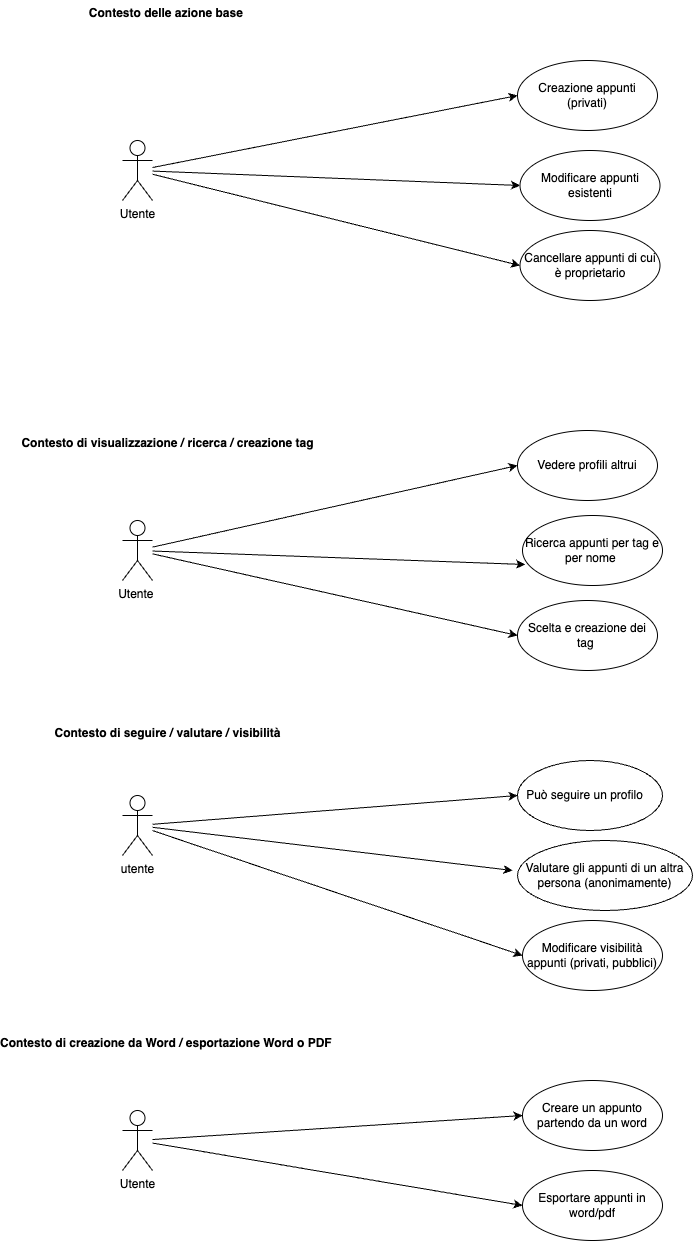
Earlier version of the draw.io export assets/schemas/diagrams/SchemaCasiUso.drawio.png (AngeloRipamonti/5C_RipamontiAvvedutoKotisCinquetti_PortaleAppunti). Source tidied: cells renumbered, new cells last; positions are measured from the earlier drawing's top-left corner, leaving out a move shared by most shapes. Source of this version:
```xml
<mxGraphModel>
  <root>
    <mxCell id="0" />
    <mxCell id="1" parent="0" />
    <mxCell id="2" style="edgeStyle=none;html=1;entryX=0;entryY=0.5;entryDx=0;entryDy=0;" parent="1" edge="1" source="4" target="13">
      <mxGeometry relative="1" as="geometry" />
    </mxCell>
    <mxCell id="3" style="edgeStyle=none;html=1;entryX=0;entryY=0.5;entryDx=0;entryDy=0;" parent="1" edge="1" source="4" target="10">
      <mxGeometry relative="1" as="geometry" />
    </mxCell>
    <mxCell id="4" value="Utente&amp;nbsp;" style="shape=umlActor;verticalLabelPosition=bottom;verticalAlign=top;html=1;" parent="1" vertex="1">
      <mxGeometry x="105" y="520" width="30" height="60" as="geometry" />
    </mxCell>
    <mxCell id="5" value="Creazione appunti (privati)" style="ellipse;whiteSpace=wrap;html=1;" parent="1" vertex="1">
      <mxGeometry x="500" y="60" width="140" height="70" as="geometry" />
    </mxCell>
    <mxCell id="6" value="Modificare appunti esistenti" style="ellipse;whiteSpace=wrap;html=1;" parent="1" vertex="1">
      <mxGeometry x="502.5" y="150" width="140" height="70" as="geometry" />
    </mxCell>
    <mxCell id="7" value="Modificare visibilità appunti (privati, pubblici)" style="ellipse;whiteSpace=wrap;html=1;" parent="1" vertex="1">
      <mxGeometry x="505" y="920" width="140" height="70" as="geometry" />
    </mxCell>
    <mxCell id="8" value="Cancellare appunti di cui è proprietario" style="ellipse;whiteSpace=wrap;html=1;" parent="1" vertex="1">
      <mxGeometry x="502.5" y="230" width="140" height="70" as="geometry" />
    </mxCell>
    <mxCell id="9" value="Valutare gli appunti di un altra persona (anonimamente)" style="ellipse;whiteSpace=wrap;html=1;" parent="1" vertex="1">
      <mxGeometry x="500" y="840" width="175" height="70" as="geometry" />
    </mxCell>
    <mxCell id="10" value="Scelta e creazione dei tag&amp;nbsp;" style="ellipse;whiteSpace=wrap;html=1;" parent="1" vertex="1">
      <mxGeometry x="500" y="600" width="140" height="70" as="geometry" />
    </mxCell>
    <mxCell id="11" value="Può seguire un profilo&amp;nbsp; &amp;nbsp;" style="ellipse;whiteSpace=wrap;html=1;" parent="1" vertex="1">
      <mxGeometry x="500" y="760" width="145" height="70" as="geometry" />
    </mxCell>
    <mxCell id="12" value="Ricerca appunti per tag e per nome&lt;span style=&quot;font-family: monospace; font-size: 0px; text-align: start; text-wrap-mode: nowrap;&quot;&gt;%3CmxGraphModel%3E%3Croot%3E%3CmxCell%20id%3D%220%22%2F%3E%3CmxCell%20id%3D%221%22%20parent%3D%220%22%2F%3E%3CmxCell%20id%3D%222%22%20style%3D%22edgeStyle%3Dnone%3Bhtml%3D1%3B%22%20edge%3D%221%22%20target%3D%223%22%20parent%3D%221%22%3E%3CmxGeometry%20relative%3D%221%22%20as%3D%22geometry%22%3E%3CmxPoint%20x%3D%22280%22%20y%3D%22210%22%20as%3D%22targetPoint%22%2F%3E%3CmxPoint%20x%3D%22130%22%20y%3D%22139%22%20as%3D%22sourcePoint%22%2F%3E%3C%2FmxGeometry%3E%3C%2FmxCell%3E%3CmxCell%20id%3D%223%22%20value%3D%22Cancellare%20appunti%20di%20cui%20%C3%A8%20proprietario%22%20style%3D%22ellipse%3BwhiteSpace%3Dwrap%3Bhtml%3D1%3B%22%20vertex%3D%221%22%20parent%3D%221%22%3E%3CmxGeometry%20x%3D%22285%22%20y%3D%2290%22%20width%3D%22140%22%20height%3D%2270%22%20as%3D%22geometry%22%2F%3E%3C%2FmxCell%3E%3C%2Froot%3E%3C%2FmxGraphModel%3E&lt;/span&gt;&amp;nbsp;" style="ellipse;whiteSpace=wrap;html=1;" parent="1" vertex="1">
      <mxGeometry x="505" y="515" width="140" height="70" as="geometry" />
    </mxCell>
    <mxCell id="13" value="Vedere profili altrui" style="ellipse;whiteSpace=wrap;html=1;" parent="1" vertex="1">
      <mxGeometry x="500" y="430" width="140" height="70" as="geometry" />
    </mxCell>
    <mxCell id="14" value="Creare un appunto partendo da un word" style="ellipse;whiteSpace=wrap;html=1;" parent="1" vertex="1">
      <mxGeometry x="505" y="1080" width="140" height="70" as="geometry" />
    </mxCell>
    <mxCell id="15" value="Esportare appunti in word/pdf" style="ellipse;whiteSpace=wrap;html=1;" parent="1" vertex="1">
      <mxGeometry x="505" y="1170" width="140" height="70" as="geometry" />
    </mxCell>
    <mxCell id="16" style="edgeStyle=none;html=1;entryX=0;entryY=0.5;entryDx=0;entryDy=0;" parent="1" edge="1" source="19" target="5">
      <mxGeometry relative="1" as="geometry" />
    </mxCell>
    <mxCell id="17" style="edgeStyle=none;html=1;entryX=0;entryY=0.5;entryDx=0;entryDy=0;" parent="1" edge="1" source="19" target="6">
      <mxGeometry relative="1" as="geometry" />
    </mxCell>
    <mxCell id="18" style="edgeStyle=none;html=1;entryX=0;entryY=0.5;entryDx=0;entryDy=0;" parent="1" edge="1" source="19" target="8">
      <mxGeometry relative="1" as="geometry" />
    </mxCell>
    <mxCell id="19" value="Utente" style="shape=umlActor;verticalLabelPosition=bottom;verticalAlign=top;html=1;" parent="1" vertex="1">
      <mxGeometry x="105" y="140" width="30" height="60" as="geometry" />
    </mxCell>
    <mxCell id="20" style="edgeStyle=none;html=1;entryX=0;entryY=0.5;entryDx=0;entryDy=0;" parent="1" edge="1" source="23" target="11">
      <mxGeometry relative="1" as="geometry" />
    </mxCell>
    <mxCell id="21" style="edgeStyle=none;html=1;" parent="1" edge="1" source="23">
      <mxGeometry relative="1" as="geometry">
        <mxPoint x="495" y="870" as="targetPoint" />
      </mxGeometry>
    </mxCell>
    <mxCell id="22" style="edgeStyle=none;html=1;entryX=0;entryY=0.5;entryDx=0;entryDy=0;" parent="1" edge="1" source="23" target="7">
      <mxGeometry relative="1" as="geometry" />
    </mxCell>
    <mxCell id="23" value="utente" style="shape=umlActor;verticalLabelPosition=bottom;verticalAlign=top;html=1;" parent="1" vertex="1">
      <mxGeometry x="105" y="795" width="30" height="60" as="geometry" />
    </mxCell>
    <mxCell id="24" style="edgeStyle=none;html=1;entryX=0;entryY=0.5;entryDx=0;entryDy=0;" parent="1" edge="1" source="25" target="14">
      <mxGeometry relative="1" as="geometry" />
    </mxCell>
    <mxCell id="25" value="&lt;div&gt;Utente&lt;/div&gt;" style="shape=umlActor;verticalLabelPosition=bottom;verticalAlign=top;html=1;" parent="1" vertex="1">
      <mxGeometry x="105" y="1110" width="30" height="60" as="geometry" />
    </mxCell>
    <mxCell id="26" value="Contesto delle azione base&amp;nbsp;" style="text;align=center;fontStyle=1;verticalAlign=middle;spacingLeft=3;spacingRight=3;strokeColor=none;html=1;" parent="1" vertex="1">
      <mxGeometry x="25" width="250" height="26" as="geometry" />
    </mxCell>
    <mxCell id="27" value="Contesto di visualizzazione / ricerca / creazione tag" style="text;align=center;fontStyle=1;verticalAlign=middle;spacingLeft=3;spacingRight=3;strokeColor=none;html=1;" parent="1" vertex="1">
      <mxGeometry x="7.5" y="430" width="285" height="26" as="geometry" />
    </mxCell>
    <mxCell id="28" value="Contesto di seguire / valutare / visibilità" style="text;align=center;fontStyle=1;verticalAlign=middle;spacingLeft=3;spacingRight=3;strokeColor=none;html=1;" parent="1" vertex="1">
      <mxGeometry x="25" y="720" width="250" height="26" as="geometry" />
    </mxCell>
    <mxCell id="29" value="Contesto di creazione da Word / esportazione Word o PDF&amp;nbsp;" style="text;align=center;fontStyle=1;verticalAlign=middle;spacingLeft=3;spacingRight=3;strokeColor=none;html=1;" parent="1" vertex="1">
      <mxGeometry y="1030" width="300" height="26" as="geometry" />
    </mxCell>
    <mxCell id="30" style="edgeStyle=none;html=1;entryX=0.019;entryY=0.7;entryDx=0;entryDy=0;entryPerimeter=0;" parent="1" edge="1" source="4" target="12">
      <mxGeometry relative="1" as="geometry" />
    </mxCell>
    <mxCell id="31" style="edgeStyle=none;html=1;entryX=0;entryY=0.5;entryDx=0;entryDy=0;" parent="1" edge="1" source="25" target="15">
      <mxGeometry relative="1" as="geometry" />
    </mxCell>
  </root>
</mxGraphModel>
```
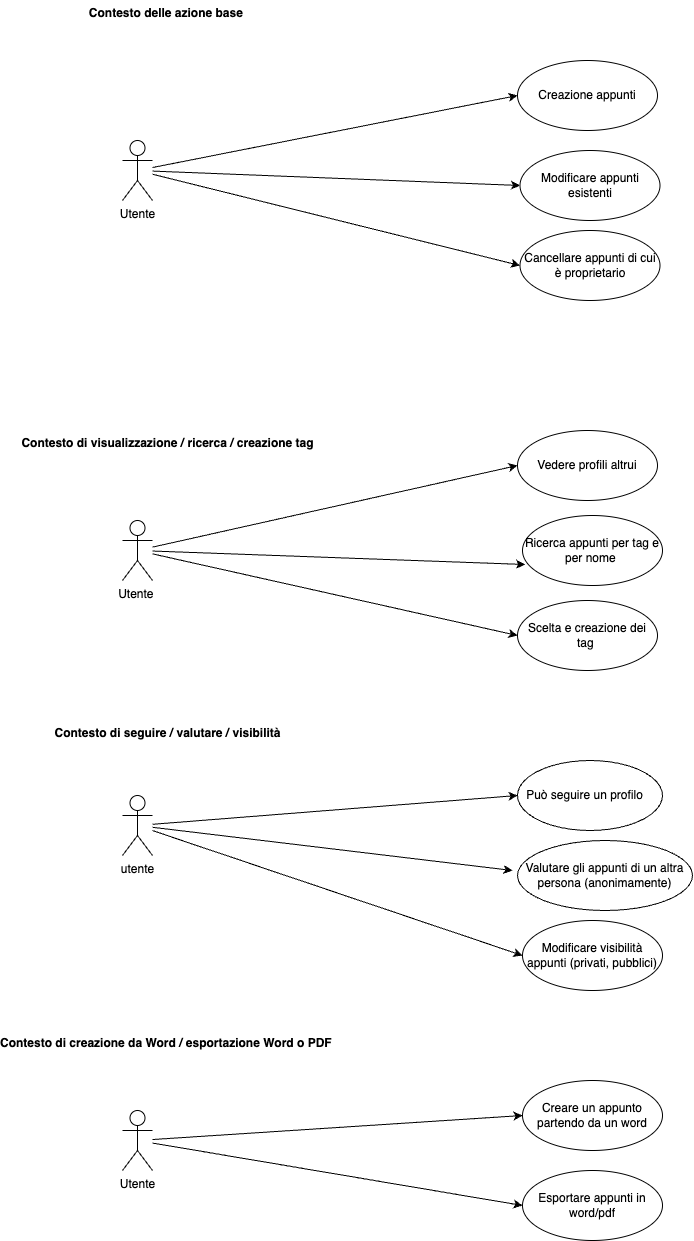
After the commit.

Commit message:
use case

Diff of the diagram source:
```diff
@@ -11,7 +11,7 @@
     <mxCell id="4" value="Utente&amp;nbsp;" style="shape=umlActor;verticalLabelPosition=bottom;verticalAlign=top;html=1;" parent="1" vertex="1">
       <mxGeometry x="105" y="520" width="30" height="60" as="geometry" />
     </mxCell>
-    <mxCell id="5" value="Creazione appunti (privati)" style="ellipse;whiteSpace=wrap;html=1;" parent="1" vertex="1">
+    <mxCell id="5" value="Creazione appunti" style="ellipse;whiteSpace=wrap;html=1;" parent="1" vertex="1">
       <mxGeometry x="500" y="60" width="140" height="70" as="geometry" />
     </mxCell>
     <mxCell id="6" value="Modificare appunti esistenti" style="ellipse;whiteSpace=wrap;html=1;" parent="1" vertex="1">
```
